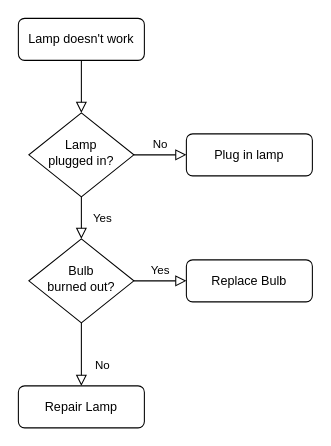
Before: Untitled Diagram.drawio in mouaammou/gitCourse, a draw.io diagram. Source tidied: cells renumbered, new cells numbered last; positions are measured from the earlier drawing's top-left corner, leaving out a move shared by most shapes. Both pictures are drawn from the tidied source at 105%, with x=0, y=0 at pixel (18, 18).
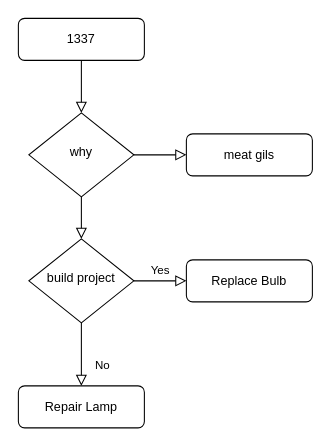
The same page after the edit.

The edit, as a diff of the source:
```diff
@@
 <mxGraphModel>
   <root>
     <mxCell id="0" />
     <mxCell id="1" parent="0" />
     <mxCell id="2" style="rounded=0;html=1;jettySize=auto;fontSize=11;endArrow=block;endFill=0;endSize=8;strokeWidth=1;shadow=0;labelBackgroundColor=none;edgeStyle=orthogonalEdgeStyle;" parent="1" edge="1" source="3" target="6">
       <mxGeometry relative="1" as="geometry" />
     </mxCell>
-    <mxCell id="3" value="Lamp doesn't work" style="rounded=1;whiteSpace=wrap;html=1;fontSize=12;glass=0;strokeWidth=1;shadow=0;" parent="1" vertex="1">
+    <mxCell id="3" value="1337" style="rounded=1;whiteSpace=wrap;html=1;fontSize=12;glass=0;strokeWidth=1;shadow=0;" parent="1" vertex="1">
       <mxGeometry width="120" height="40" as="geometry" />
     </mxCell>
-    <mxCell id="4" value="Yes" style="rounded=0;html=1;jettySize=auto;fontSize=11;endArrow=block;endFill=0;endSize=8;strokeWidth=1;shadow=0;labelBackgroundColor=none;edgeStyle=orthogonalEdgeStyle;" parent="1" edge="1" source="6" target="10">
+    <mxCell id="4" style="rounded=0;html=1;jettySize=auto;fontSize=11;endArrow=block;endFill=0;endSize=8;strokeWidth=1;shadow=0;labelBackgroundColor=none;edgeStyle=orthogonalEdgeStyle;" parent="1" edge="1" source="6" target="10">
       <mxGeometry y="20" relative="1" as="geometry" />
     </mxCell>
-    <mxCell id="5" value="No" style="edgeStyle=orthogonalEdgeStyle;rounded=0;html=1;jettySize=auto;fontSize=11;endArrow=block;endFill=0;endSize=8;strokeWidth=1;shadow=0;labelBackgroundColor=none;" parent="1" edge="1" source="6" target="7">
+    <mxCell id="5" style="edgeStyle=orthogonalEdgeStyle;rounded=0;html=1;jettySize=auto;fontSize=11;endArrow=block;endFill=0;endSize=8;strokeWidth=1;shadow=0;labelBackgroundColor=none;" parent="1" edge="1" source="6" target="7">
       <mxGeometry y="10" relative="1" as="geometry" />
     </mxCell>
-    <mxCell id="6" value="Lamp&lt;br&gt;plugged in?" style="rhombus;whiteSpace=wrap;html=1;shadow=0;fontFamily=Helvetica;fontSize=12;align=center;strokeWidth=1;spacing=6;spacingTop=-4;" parent="1" vertex="1">
+    <mxCell id="6" value="why" style="rhombus;whiteSpace=wrap;html=1;shadow=0;fontFamily=Helvetica;fontSize=12;align=center;strokeWidth=1;spacing=6;spacingTop=-4;" parent="1" vertex="1">
       <mxGeometry x="10" y="90" width="100" height="80" as="geometry" />
     </mxCell>
-    <mxCell id="7" value="Plug in lamp" style="rounded=1;whiteSpace=wrap;html=1;fontSize=12;glass=0;strokeWidth=1;shadow=0;" parent="1" vertex="1">
+    <mxCell id="7" value="meat gils" style="rounded=1;whiteSpace=wrap;html=1;fontSize=12;glass=0;strokeWidth=1;shadow=0;" parent="1" vertex="1">
       <mxGeometry x="160" y="110" width="120" height="40" as="geometry" />
     </mxCell>
     <mxCell id="8" value="No" style="rounded=0;html=1;jettySize=auto;fontSize=11;endArrow=block;endFill=0;endSize=8;strokeWidth=1;shadow=0;labelBackgroundColor=none;edgeStyle=orthogonalEdgeStyle;" parent="1" edge="1" source="10" target="11">
       <mxGeometry x="0.33" y="20" relative="1" as="geometry" />
     </mxCell>
     <mxCell id="9" value="Yes" style="edgeStyle=orthogonalEdgeStyle;rounded=0;html=1;jettySize=auto;fontSize=11;endArrow=block;endFill=0;endSize=8;strokeWidth=1;shadow=0;labelBackgroundColor=none;" parent="1" edge="1" source="10" target="12">
       <mxGeometry y="10" relative="1" as="geometry" />
     </mxCell>
-    <mxCell id="10" value="Bulb&lt;br&gt;burned out?" style="rhombus;whiteSpace=wrap;html=1;shadow=0;fontFamily=Helvetica;fontSize=12;align=center;strokeWidth=1;spacing=6;spacingTop=-4;" parent="1" vertex="1">
+    <mxCell id="10" value="build project" style="rhombus;whiteSpace=wrap;html=1;shadow=0;fontFamily=Helvetica;fontSize=12;align=center;strokeWidth=1;spacing=6;spacingTop=-4;" parent="1" vertex="1">
       <mxGeometry x="10" y="210" width="100" height="80" as="geometry" />
     </mxCell>
     <mxCell id="11" value="Repair Lamp" style="rounded=1;whiteSpace=wrap;html=1;fontSize=12;glass=0;strokeWidth=1;shadow=0;" parent="1" vertex="1">
       <mxGeometry y="350" width="120" height="40" as="geometry" />
     </mxCell>
     <mxCell id="12" value="Replace Bulb" style="rounded=1;whiteSpace=wrap;html=1;fontSize=12;glass=0;strokeWidth=1;shadow=0;" parent="1" vertex="1">
       <mxGeometry x="160" y="230" width="120" height="40" as="geometry" />
     </mxCell>
   </root>
 </mxGraphModel>
```
